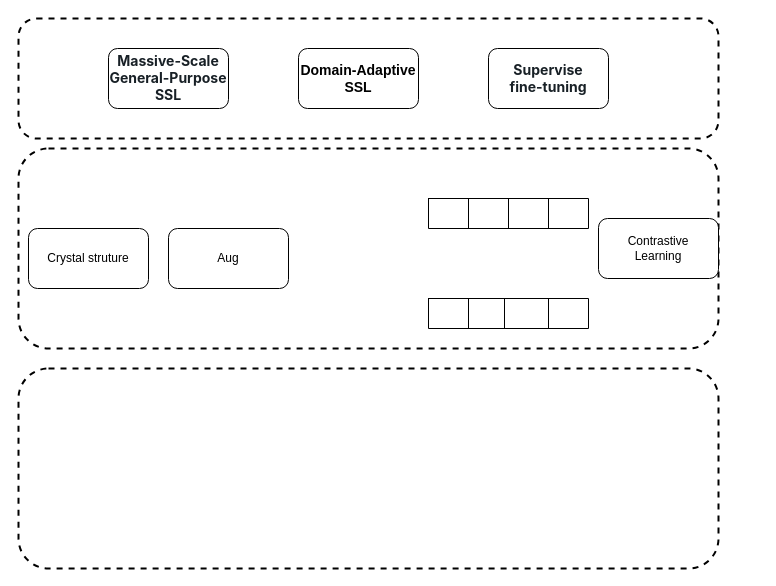
tetean/image-host keeps this draw.io diagram as pic/crystalssl.drawio. Above is the earlier version. Source tidied: cells renumbered, new cells numbered last; positions are measured from the earlier drawing's top-left corner, leaving out a move shared by most shapes. Both pictures are drawn from the tidied source at 100%, with x=0, y=0 at pixel (18, 18).
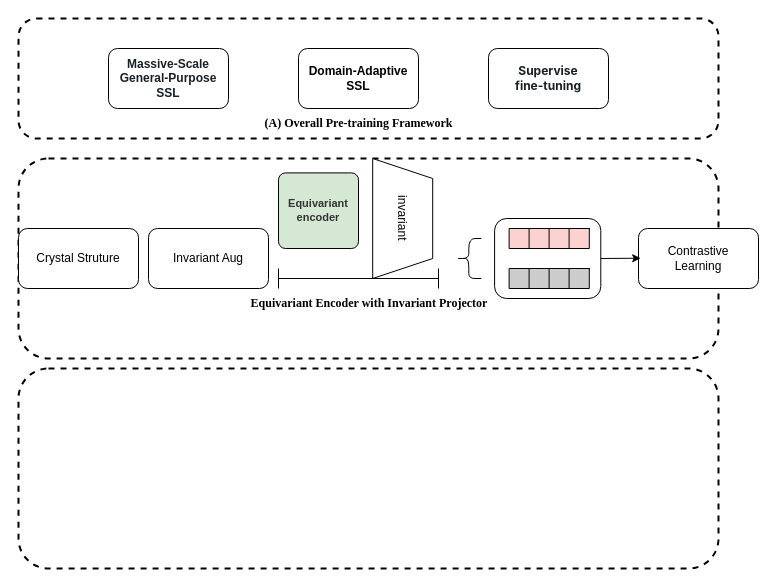
Above is the later version.

What changed in the source:
```diff
@@
     <mxCell id="2" style="rounded=1;whiteSpace=wrap;html=1;fillColor=none;strokeWidth=2;dashed=1;" parent="1" vertex="1">
-      <mxGeometry y="130" width="700" height="200" as="geometry" />
+      <mxGeometry y="140" width="700" height="200" as="geometry" />
     </mxCell>
@@
-    <mxCell id="4" value="&lt;span style=&quot;color: rgb(24, 32, 38); font-family: -apple-system, BlinkMacSystemFont, &amp;quot;Segoe UI&amp;quot;, Roboto, Oxygen, Ubuntu, Cantarell, &amp;quot;Open Sans&amp;quot;, &amp;quot;Helvetica Neue&amp;quot;, Icons16, sans-serif; text-align: start; background-color: rgb(255, 255, 255);&quot;&gt;&lt;b style=&quot;&quot;&gt;&lt;font style=&quot;font-size: 14px;&quot;&gt;Massive-Scale General-Purpose SSL&lt;/font&gt;&lt;/b&gt;&lt;/span&gt;" style="rounded=1;whiteSpace=wrap;html=1;" parent="1" vertex="1">
+    <mxCell id="4" value="&lt;span style=&quot;color: rgb(24, 32, 38); text-align: start; background-color: rgb(255, 255, 255);&quot;&gt;&lt;b style=&quot;&quot;&gt;&lt;font face=&quot;Helvetica&quot;&gt;Massive-Scale General-Purpose SSL&lt;/font&gt;&lt;/b&gt;&lt;/span&gt;" style="rounded=1;whiteSpace=wrap;html=1;" parent="1" vertex="1">
       <mxGeometry x="90" y="30" width="120" height="60" as="geometry" />
     </mxCell>
-    <mxCell id="5" value="&lt;b&gt;&lt;font style=&quot;font-size: 14px;&quot;&gt;Domain-Adaptive SSL&lt;/font&gt;&lt;/b&gt;" style="rounded=1;whiteSpace=wrap;html=1;" parent="1" vertex="1">
+    <mxCell id="5" value="&lt;b&gt;&lt;font&gt;Domain-Adaptive SSL&lt;/font&gt;&lt;/b&gt;" style="rounded=1;whiteSpace=wrap;html=1;" parent="1" vertex="1">
       <mxGeometry x="280" y="30" width="120" height="60" as="geometry" />
     </mxCell>
-    <mxCell id="6" value="&lt;span style=&quot;color: rgb(24, 32, 38); font-family: -apple-system, BlinkMacSystemFont, &amp;quot;Segoe UI&amp;quot;, Roboto, Oxygen, Ubuntu, Cantarell, &amp;quot;Open Sans&amp;quot;, &amp;quot;Helvetica Neue&amp;quot;, Icons16, sans-serif; font-size: 14px; text-align: start; background-color: rgb(255, 255, 255);&quot;&gt;&lt;b&gt;Supervise&lt;/b&gt;&lt;/span&gt;&lt;div&gt;&lt;span style=&quot;color: rgb(24, 32, 38); font-family: -apple-system, BlinkMacSystemFont, &amp;quot;Segoe UI&amp;quot;, Roboto, Oxygen, Ubuntu, Cantarell, &amp;quot;Open Sans&amp;quot;, &amp;quot;Helvetica Neue&amp;quot;, Icons16, sans-serif; font-size: 14px; text-align: start; background-color: rgb(255, 255, 255);&quot;&gt;&lt;b&gt;fine-tuning&lt;/b&gt;&lt;/span&gt;&lt;/div&gt;" style="rounded=1;whiteSpace=wrap;html=1;" parent="1" vertex="1">
+    <mxCell id="6" value="&lt;span style=&quot;color: rgb(24, 32, 38); font-family: -apple-system, BlinkMacSystemFont, &amp;quot;Segoe UI&amp;quot;, Roboto, Oxygen, Ubuntu, Cantarell, &amp;quot;Open Sans&amp;quot;, &amp;quot;Helvetica Neue&amp;quot;, Icons16, sans-serif; text-align: start; background-color: rgb(255, 255, 255);&quot;&gt;&lt;b style=&quot;&quot;&gt;&lt;font&gt;Supervise&lt;/font&gt;&lt;/b&gt;&lt;/span&gt;&lt;div&gt;&lt;span style=&quot;color: rgb(24, 32, 38); font-family: -apple-system, BlinkMacSystemFont, &amp;quot;Segoe UI&amp;quot;, Roboto, Oxygen, Ubuntu, Cantarell, &amp;quot;Open Sans&amp;quot;, &amp;quot;Helvetica Neue&amp;quot;, Icons16, sans-serif; text-align: start; background-color: rgb(255, 255, 255);&quot;&gt;&lt;b style=&quot;&quot;&gt;&lt;font&gt;fine-tuning&lt;/font&gt;&lt;/b&gt;&lt;/span&gt;&lt;/div&gt;" style="rounded=1;whiteSpace=wrap;html=1;" parent="1" vertex="1">
       <mxGeometry x="470" y="30" width="120" height="60" as="geometry" />
     </mxCell>
-    <mxCell id="7" value="Crystal struture" style="rounded=1;whiteSpace=wrap;html=1;" parent="1" vertex="1">
-      <mxGeometry x="10" y="210" width="120" height="60" as="geometry" />
+    <mxCell id="7" value="Crystal Struture" style="rounded=1;whiteSpace=wrap;html=1;" parent="1" vertex="1">
+      <mxGeometry y="210" width="120" height="60" as="geometry" />
     </mxCell>
-    <mxCell id="8" style="shape=table;startSize=0;childLayout=tableLayout;fontSize=16;" parent="1" vertex="1">
-      <mxGeometry x="410" y="180" width="160" height="30" as="geometry" />
-    </mxCell>
-    <mxCell id="9" style="shape=tableRow;horizontal=0;startSize=0;swimlaneHead=0;swimlaneBody=0;strokeColor=inherit;top=0;left=0;bottom=0;right=0;fillColor=none;fontSize=16;" parent="8" vertex="1">
-      <mxGeometry width="160" height="30" as="geometry" />
-    </mxCell>
-    <mxCell id="10" style="shape=partialRectangle;html=1;whiteSpace=wrap;strokeColor=inherit;overflow=hidden;fillColor=none;top=0;left=0;bottom=0;right=0;fontSize=16;" parent="9" vertex="1">
-      <mxGeometry width="40" height="30" as="geometry" />
-    </mxCell>
-    <mxCell id="11" style="shape=partialRectangle;html=1;whiteSpace=wrap;strokeColor=inherit;overflow=hidden;fillColor=none;top=0;left=0;bottom=0;right=0;fontSize=16;" parent="9" vertex="1">
-      <mxGeometry x="40" width="40" height="30" as="geometry" />
-    </mxCell>
-    <mxCell id="12" style="shape=partialRectangle;html=1;whiteSpace=wrap;strokeColor=inherit;overflow=hidden;fillColor=none;top=0;left=0;bottom=0;right=0;fontSize=16;" parent="9" vertex="1">
-      <mxGeometry x="80" width="40" height="30" as="geometry" />
-    </mxCell>
-    <mxCell id="13" style="shape=partialRectangle;html=1;whiteSpace=wrap;strokeColor=inherit;overflow=hidden;fillColor=none;top=0;left=0;bottom=0;right=0;fontSize=16;" parent="9" vertex="1">
-      <mxGeometry x="120" width="40" height="30" as="geometry" />
-    </mxCell>
-    <mxCell id="14" style="shape=table;startSize=0;childLayout=tableLayout;fontSize=16;" parent="1" vertex="1">
-      <mxGeometry x="410" y="280" width="160" height="30" as="geometry" />
-    </mxCell>
-    <mxCell id="15" style="shape=tableRow;horizontal=0;startSize=0;swimlaneHead=0;swimlaneBody=0;strokeColor=inherit;top=0;left=0;bottom=0;right=0;fillColor=none;fontSize=16;" parent="14" vertex="1">
-      <mxGeometry width="160" height="30" as="geometry" />
-    </mxCell>
-    <mxCell id="16" style="shape=partialRectangle;html=1;whiteSpace=wrap;strokeColor=inherit;overflow=hidden;fillColor=none;top=0;left=0;bottom=0;right=0;fontSize=16;" parent="15" vertex="1">
-      <mxGeometry width="40" height="30" as="geometry" />
-    </mxCell>
-    <mxCell id="17" style="shape=partialRectangle;html=1;whiteSpace=wrap;strokeColor=inherit;overflow=hidden;fillColor=none;top=0;left=0;bottom=0;right=0;fontSize=16;" parent="15" vertex="1">
-      <mxGeometry x="40" width="36" height="30" as="geometry" />
-    </mxCell>
-    <mxCell id="18" style="shape=partialRectangle;html=1;whiteSpace=wrap;strokeColor=inherit;overflow=hidden;fillColor=none;top=0;left=0;bottom=0;right=0;fontSize=16;" parent="15" vertex="1">
-      <mxGeometry x="76" width="44" height="30" as="geometry" />
-    </mxCell>
-    <mxCell id="19" style="shape=partialRectangle;html=1;whiteSpace=wrap;strokeColor=inherit;overflow=hidden;fillColor=none;top=0;left=0;bottom=0;right=0;fontSize=16;" parent="15" vertex="1">
-      <mxGeometry x="120" width="40" height="30" as="geometry" />
-    </mxCell>
     <mxCell id="20" value="Contrastive&lt;div&gt;Learning&lt;/div&gt;" style="rounded=1;whiteSpace=wrap;html=1;" parent="1" vertex="1">
-      <mxGeometry x="580" y="200" width="120" height="60" as="geometry" />
+      <mxGeometry x="620" y="210" width="120" height="60" as="geometry" />
     </mxCell>
-    <mxCell id="21" value="Aug" style="rounded=1;whiteSpace=wrap;html=1;" parent="1" vertex="1">
-      <mxGeometry x="150" y="210" width="120" height="60" as="geometry" />
+    <mxCell id="21" value="Invariant Aug" style="rounded=1;whiteSpace=wrap;html=1;" parent="1" vertex="1">
+      <mxGeometry x="130" y="210" width="120" height="60" as="geometry" />
     </mxCell>
@@
+    <mxCell id="23" value="&lt;b&gt;&lt;font face=&quot;Times New Roman&quot;&gt;(A) Overall Pre-training Framework&lt;/font&gt;&lt;/b&gt;" style="text;html=1;align=center;verticalAlign=middle;whiteSpace=wrap;rounded=0;" parent="1" vertex="1">
+      <mxGeometry x="235.8" y="90" width="208.5" height="30" as="geometry" />
+    </mxCell>
+    <mxCell id="24" style="rounded=1;whiteSpace=wrap;html=1;" parent="1" vertex="1">
+      <mxGeometry x="476.1" y="200" width="106.2" height="80" as="geometry" />
+    </mxCell>
+    <mxCell id="25" style="shape=table;startSize=0;childLayout=tableLayout;fillColor=#CCCCCC;direction=west;flipV=1;strokeWidth=1;rounded=1;" parent="1" vertex="1">
+      <mxGeometry x="490.6" y="250" width="80.2" height="20" as="geometry" />
+    </mxCell>
+    <mxCell id="26" style="shape=tableRow;horizontal=0;startSize=0;swimlaneHead=0;swimlaneBody=0;strokeColor=inherit;top=0;left=0;bottom=0;right=0;fillColor=none;rounded=1;" parent="25" vertex="1">
+      <mxGeometry width="80.2" height="20" as="geometry" />
+    </mxCell>
+    <mxCell id="27" style="shape=partialRectangle;html=1;whiteSpace=wrap;strokeColor=inherit;overflow=hidden;fillColor=none;top=0;left=0;bottom=0;right=0;rounded=1;" parent="26" vertex="1">
+      <mxGeometry width="20" height="20" as="geometry" />
+    </mxCell>
+    <mxCell id="28" style="shape=partialRectangle;html=1;whiteSpace=wrap;strokeColor=inherit;overflow=hidden;fillColor=none;top=0;left=0;bottom=0;right=0;rounded=1;" parent="26" vertex="1">
+      <mxGeometry x="20" width="20" height="20" as="geometry" />
+    </mxCell>
+    <mxCell id="29" style="shape=partialRectangle;html=1;whiteSpace=wrap;strokeColor=inherit;overflow=hidden;fillColor=none;top=0;left=0;bottom=0;right=0;rounded=1;" parent="26" vertex="1">
+      <mxGeometry x="40" width="20" height="20" as="geometry" />
+    </mxCell>
+    <mxCell id="30" style="shape=partialRectangle;html=1;whiteSpace=wrap;strokeColor=inherit;overflow=hidden;fillColor=none;top=0;left=0;bottom=0;right=0;rounded=1;" parent="26" vertex="1">
+      <mxGeometry x="60" width="20" height="20" as="geometry" />
+    </mxCell>
+    <mxCell id="31" style="shape=curlyBracket;whiteSpace=wrap;html=1;rounded=1;labelPosition=left;verticalLabelPosition=middle;align=right;verticalAlign=middle;" parent="1" vertex="1">
+      <mxGeometry x="437.8" y="220" width="25" height="40" as="geometry" />
+    </mxCell>
+    <mxCell id="32" style="shape=table;startSize=0;childLayout=tableLayout;fillColor=#FCD2D0;direction=west;flipV=1;strokeWidth=1;rounded=1;" parent="1" vertex="1">
+      <mxGeometry x="490.6" y="210" width="80.2" height="20" as="geometry" />
+    </mxCell>
+    <mxCell id="33" style="shape=tableRow;horizontal=0;startSize=0;swimlaneHead=0;swimlaneBody=0;strokeColor=inherit;top=0;left=0;bottom=0;right=0;fillColor=none;rounded=1;" parent="32" vertex="1">
+      <mxGeometry width="80.2" height="20" as="geometry" />
+    </mxCell>
+    <mxCell id="34" style="shape=partialRectangle;html=1;whiteSpace=wrap;strokeColor=inherit;overflow=hidden;fillColor=none;top=0;left=0;bottom=0;right=0;rounded=1;" parent="33" vertex="1">
+      <mxGeometry width="20" height="20" as="geometry" />
+    </mxCell>
+    <mxCell id="35" style="shape=partialRectangle;html=1;whiteSpace=wrap;strokeColor=inherit;overflow=hidden;fillColor=none;top=0;left=0;bottom=0;right=0;rounded=1;" parent="33" vertex="1">
+      <mxGeometry x="20" width="20" height="20" as="geometry" />
+    </mxCell>
+    <mxCell id="36" style="shape=partialRectangle;html=1;whiteSpace=wrap;strokeColor=inherit;overflow=hidden;fillColor=none;top=0;left=0;bottom=0;right=0;rounded=1;" parent="33" vertex="1">
+      <mxGeometry x="40" width="20" height="20" as="geometry" />
+    </mxCell>
+    <mxCell id="37" style="shape=partialRectangle;html=1;whiteSpace=wrap;strokeColor=inherit;overflow=hidden;fillColor=none;top=0;left=0;bottom=0;right=0;rounded=1;" parent="33" vertex="1">
+      <mxGeometry x="60" width="20" height="20" as="geometry" />
+    </mxCell>
+    <mxCell id="38" style="endArrow=classic;html=1;rounded=0;exitX=1;exitY=0.5;exitDx=0;exitDy=0;entryX=0;entryY=0.25;entryDx=0;entryDy=0;" parent="1" edge="1" source="24">
+      <mxGeometry relative="1" as="geometry">
+        <mxPoint x="622.2" y="239.7" as="targetPoint" />
+      </mxGeometry>
+    </mxCell>
+    <mxCell id="39" value="Equivariant&#10;encoder" style="rounded=1;absoluteArcSize=1;arcSize=14;whiteSpace=wrap;strokeWidth=1;direction=east;fillColor=#D5E8D4;fontColor=#333333;strokeColor=#000000;fontStyle=1;rotation=0;fontSize=11;labelBackgroundColor=none;" parent="1" vertex="1">
+      <mxGeometry x="260" y="154.4" width="80" height="75.6" as="geometry" />
+    </mxCell>
+    <mxCell id="40" value="invariant" style="shape=trapezoid;perimeter=trapezoidPerimeter;whiteSpace=wrap;html=1;fixedSize=1;rotation=90;" parent="1" vertex="1">
+      <mxGeometry x="324.2" y="170" width="120" height="60" as="geometry" />
+    </mxCell>
+    <mxCell id="41" style="shape=crossbar;whiteSpace=wrap;html=1;rounded=1;" parent="1" vertex="1">
+      <mxGeometry x="260" y="250" width="160" height="20" as="geometry" />
+    </mxCell>
+    <mxCell id="42" value="&lt;b&gt;&lt;font face=&quot;Times New Roman&quot;&gt;Equivariant Encoder with Invariant Projector&lt;/font&gt;&lt;/b&gt;" style="text;html=1;align=center;verticalAlign=middle;whiteSpace=wrap;rounded=0;" parent="1" vertex="1">
+      <mxGeometry x="210.6" y="270" width="280" height="30" as="geometry" />
+    </mxCell>
```
